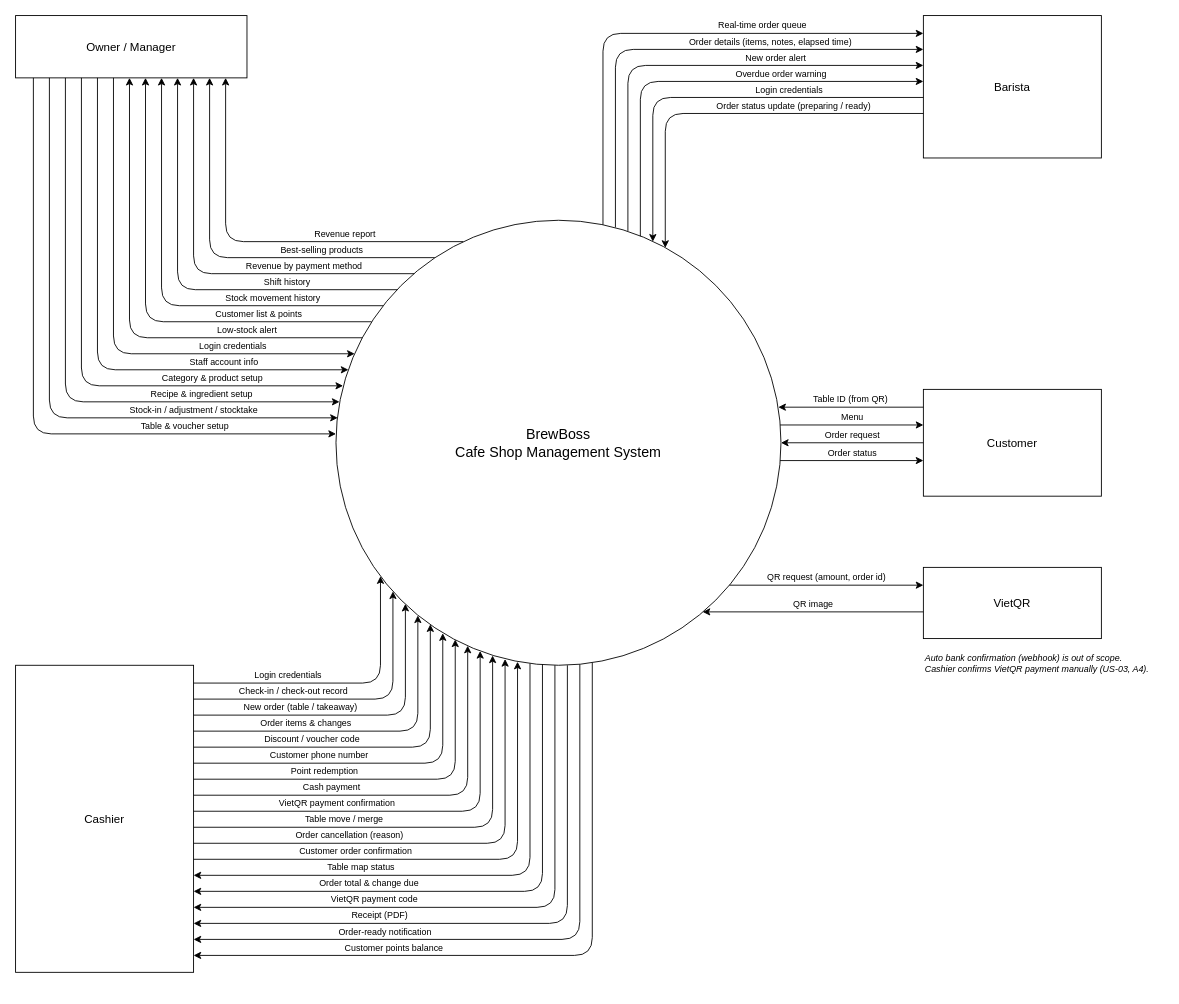
This is docs/diagrams/context-diagram.drawio from huytran303/CafeManagementSystem, a draw.io file, before an edit. Source tidied: cells renumbered, new cells numbered last; positions are measured from the earlier drawing's top-left corner, leaving out a move shared by most shapes. Both pictures are drawn from the tidied source at 89%, with x=0, y=0 at pixel (15, 15).
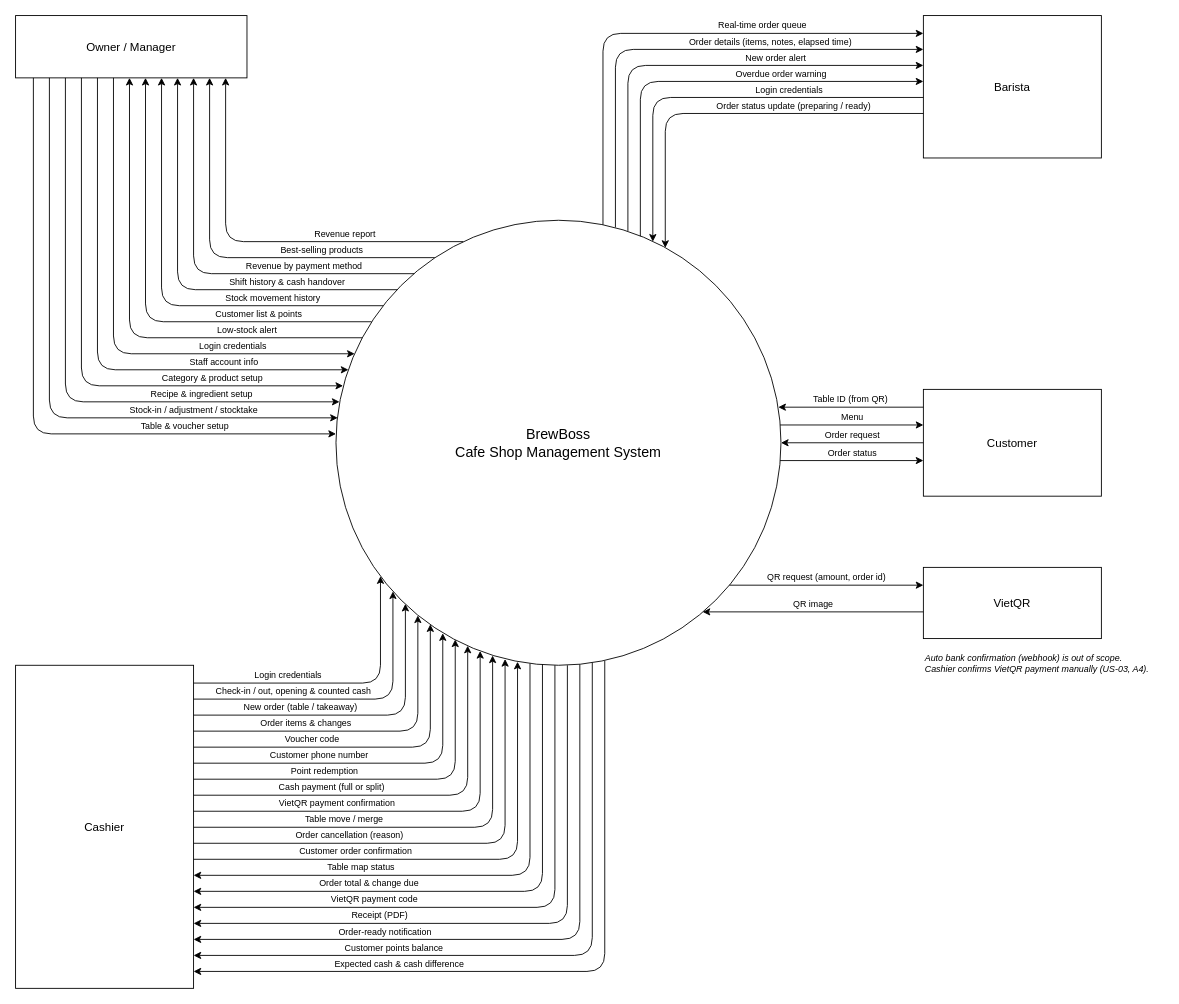
Above is the later version.

What changed in the source:
```diff
@@
-    <mxCell id="7" value="Shift history" style="rounded=1;arcSize=40;edgeStyle=none;endArrow=classic;endFill=1;html=1;strokeWidth=1;fontSize=10;labelBackgroundColor=none;verticalAlign=bottom;spacingBottom=0;" parent="1" edge="1">
+    <mxCell id="7" value="Shift history &amp; cash handover" style="rounded=1;arcSize=40;edgeStyle=none;endArrow=classic;endFill=1;html=1;strokeWidth=1;fontSize=10;labelBackgroundColor=none;verticalAlign=bottom;spacingBottom=0;" parent="1" edge="1">
       <mxGeometry x="-0.49" relative="1" as="geometry">
         <mxPoint x="429" y="308" as="sourcePoint" />
         <mxPoint x="182" y="70" as="targetPoint" />
         <Array as="points">
           <mxPoint x="182" y="308" />
         </Array>
       </mxGeometry>
     </mxCell>
@@
     <mxCell id="17" value="Cashier" style="rounded=0;whiteSpace=wrap;html=1;strokeWidth=1;fontSize=13;" parent="1" vertex="1">
-      <mxGeometry y="730" width="200" height="345" as="geometry" />
+      <mxGeometry y="730" width="200" height="363" as="geometry" />
     </mxCell>
@@
-    <mxCell id="19" value="Check-in / check-out record" style="rounded=1;arcSize=40;edgeStyle=none;endArrow=classic;endFill=1;html=1;strokeWidth=1;fontSize=10;labelBackgroundColor=none;verticalAlign=bottom;spacingBottom=0;" parent="1" edge="1">
+    <mxCell id="19" value="Check-in / out, opening &amp; counted cash" style="rounded=1;arcSize=40;edgeStyle=none;endArrow=classic;endFill=1;html=1;strokeWidth=1;fontSize=10;labelBackgroundColor=none;verticalAlign=bottom;spacingBottom=0;" parent="1" edge="1">
       <mxGeometry x="-0.35" relative="1" as="geometry">
         <mxPoint x="200" y="768" as="sourcePoint" />
         <mxPoint x="424" y="647" as="targetPoint" />
         <Array as="points">
           <mxPoint x="424" y="768" />
         </Array>
       </mxGeometry>
     </mxCell>
@@
-    <mxCell id="22" value="Discount / voucher code" style="rounded=1;arcSize=40;edgeStyle=none;endArrow=classic;endFill=1;html=1;strokeWidth=1;fontSize=10;labelBackgroundColor=none;verticalAlign=bottom;spacingBottom=0;" parent="1" edge="1">
+    <mxCell id="22" value="Voucher code" style="rounded=1;arcSize=40;edgeStyle=none;endArrow=classic;endFill=1;html=1;strokeWidth=1;fontSize=10;labelBackgroundColor=none;verticalAlign=bottom;spacingBottom=0;" parent="1" edge="1">
       <mxGeometry x="-0.34" relative="1" as="geometry">
         <mxPoint x="200" y="822" as="sourcePoint" />
         <mxPoint x="466" y="684" as="targetPoint" />
         <Array as="points">
           <mxPoint x="466" y="822" />
         </Array>
       </mxGeometry>
     </mxCell>
@@
-    <mxCell id="25" value="Cash payment" style="rounded=1;arcSize=40;edgeStyle=none;endArrow=classic;endFill=1;html=1;strokeWidth=1;fontSize=10;labelBackgroundColor=none;verticalAlign=bottom;spacingBottom=0;" parent="1" edge="1">
+    <mxCell id="25" value="Cash payment (full or split)" style="rounded=1;arcSize=40;edgeStyle=none;endArrow=classic;endFill=1;html=1;strokeWidth=1;fontSize=10;labelBackgroundColor=none;verticalAlign=bottom;spacingBottom=0;" parent="1" edge="1">
       <mxGeometry x="-0.35" relative="1" as="geometry">
         <mxPoint x="200" y="876" as="sourcePoint" />
         <mxPoint x="508" y="708" as="targetPoint" />
         <Array as="points">
           <mxPoint x="508" y="876" />
         </Array>
       </mxGeometry>
     </mxCell>
@@
+    <mxCell id="52" value="Expected cash &amp; cash difference" style="rounded=1;arcSize=40;edgeStyle=none;endArrow=classic;endFill=1;html=1;strokeWidth=1;fontSize=10;labelBackgroundColor=none;verticalAlign=bottom;spacingBottom=0;" parent="1" edge="1">
+      <mxGeometry x="0.43" relative="1" as="geometry">
+        <mxPoint x="662" y="725" as="sourcePoint" />
+        <mxPoint x="200" y="1074" as="targetPoint" />
+        <Array as="points">
+          <mxPoint x="662" y="1074" />
+        </Array>
+      </mxGeometry>
+    </mxCell>
```
